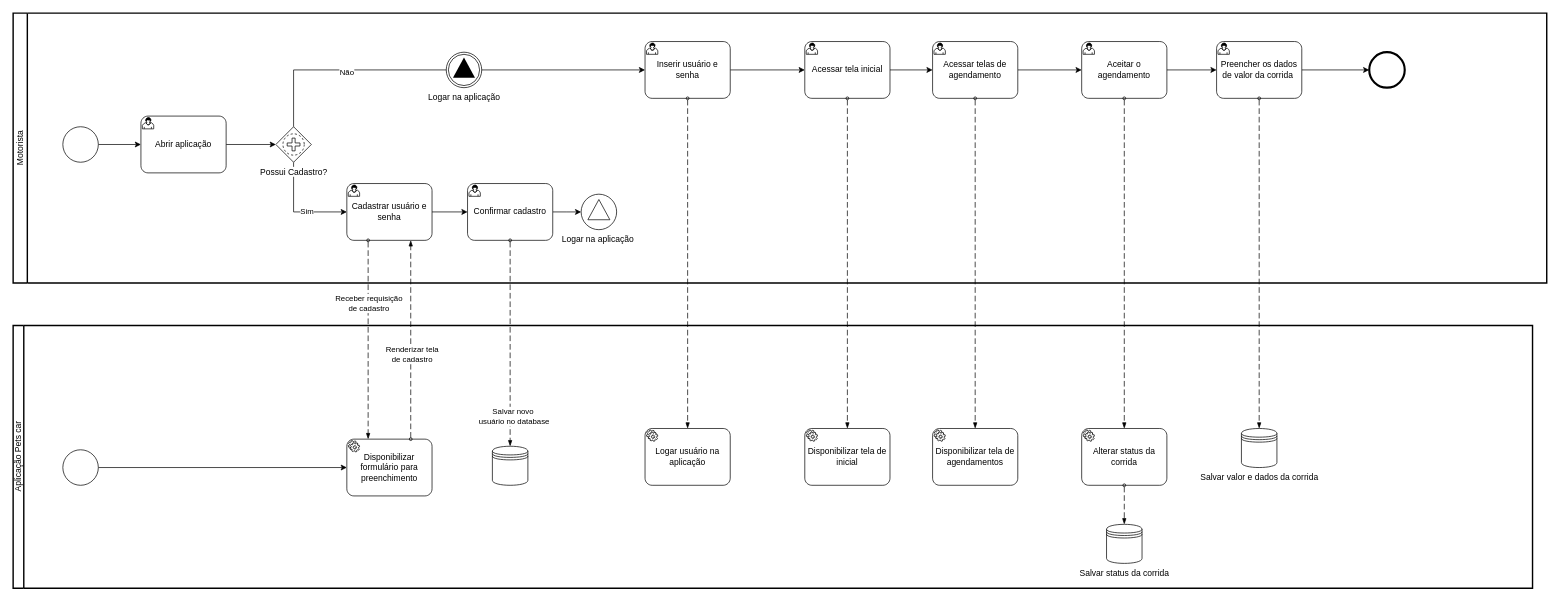
Before: page "Processo principal motorista" (1 of 8) of Untitled Diagram.drawio in ICEI-PUC-Minas-PMV-ADS/Pet-s-Car, a draw.io diagram. Source tidied: cells renumbered, new cells numbered last; positions are measured from the earlier drawing's top-left corner, leaving out a move shared by most shapes. Both pictures are drawn from the tidied source at 71%, with x=0, y=0 at pixel (13, 13).
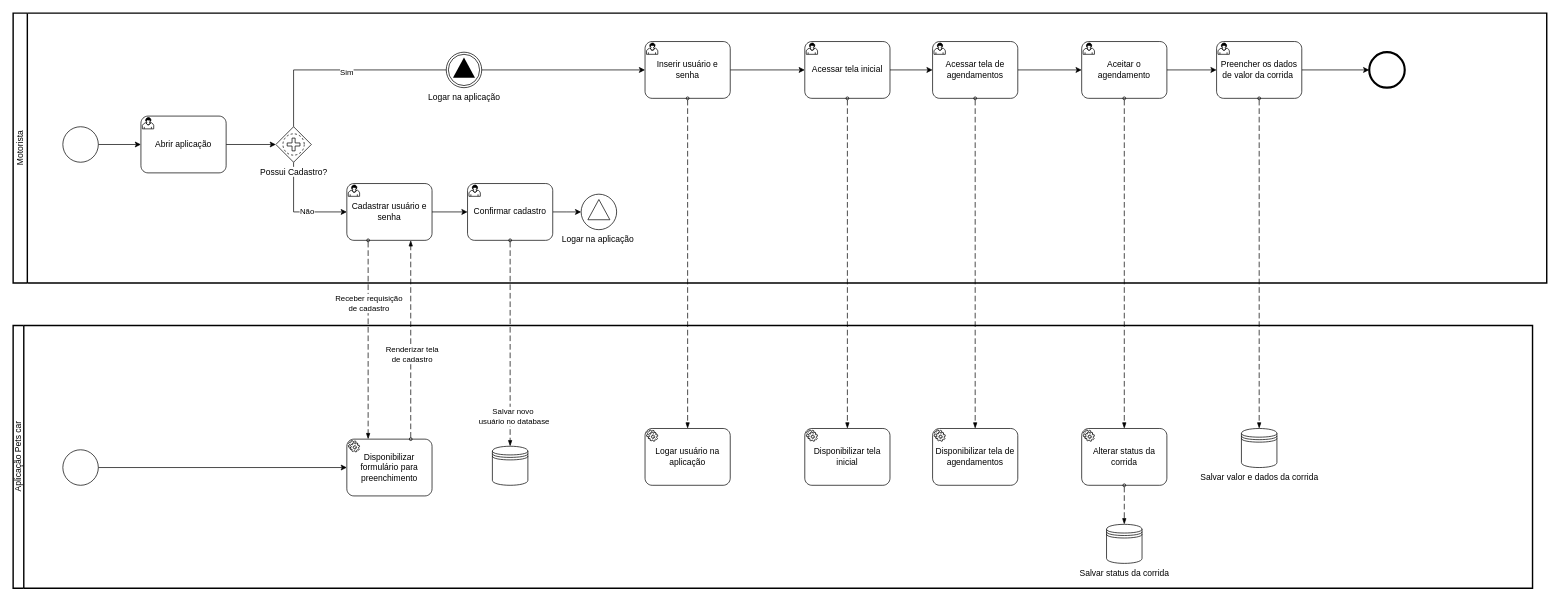
The same page after the edit.

Unchanged cells that the change refers to:
```xml
<mxCell id="2" value="Aplicação Pets car" style="swimlane;html=1;startSize=15;fontStyle=0;horizontal=0;swimlaneLine=1;swimlaneFillColor=#ffffff;strokeWidth=2;whiteSpace=wrap;" parent="1" vertex="1">
  <mxGeometry y="440" width="2140" height="370" as="geometry" />
</mxCell>
<mxCell id="14" value="Motorista" style="swimlane;html=1;startSize=20;fontStyle=0;horizontal=0;swimlaneLine=1;swimlaneFillColor=#ffffff;strokeWidth=2;whiteSpace=wrap;" parent="1" vertex="1">
  <mxGeometry width="2160" height="380" as="geometry" />
</mxCell>
<mxCell id="21" style="edgeStyle=orthogonalEdgeStyle;rounded=0;jettySize=auto;html=1;exitX=0.5;exitY=0;exitDx=0;exitDy=0;exitPerimeter=0;entryX=0;entryY=0.5;entryDx=0;entryDy=0;entryPerimeter=0;" parent="14" edge="1" source="25" target="20">
  <mxGeometry relative="1" as="geometry" />
</mxCell>
<mxCell id="23" style="edgeStyle=orthogonalEdgeStyle;rounded=0;jettySize=auto;html=1;exitX=0.5;exitY=1;exitDx=0;exitDy=0;exitPerimeter=0;entryX=0;entryY=0.5;entryDx=0;entryDy=0;entryPerimeter=0;" parent="14" edge="1" source="25" target="27">
  <mxGeometry relative="1" as="geometry" />
</mxCell>
```

What changed in the source:
```diff
@@
-    <mxCell id="8" value="Disponibilizar tela de inicial" style="points=[[0.25,0,0],[0.5,0,0],[0.75,0,0],[1,0.25,0],[1,0.5,0],[1,0.75,0],[0.75,1,0],[0.5,1,0],[0.25,1,0],[0,0.75,0],[0,0.5,0],[0,0.25,0]];shape=mxgraph.bpmn.task;whiteSpace=wrap;rectStyle=rounded;size=10;html=1;taskMarker=service;" parent="2" vertex="1">
+    <mxCell id="8" value="Disponibilizar tela inicial" style="points=[[0.25,0,0],[0.5,0,0],[0.75,0,0],[1,0.25,0],[1,0.5,0],[1,0.75,0],[0.75,1,0],[0.5,1,0],[0.25,1,0],[0,0.75,0],[0,0.5,0],[0,0.25,0]];shape=mxgraph.bpmn.task;whiteSpace=wrap;rectStyle=rounded;size=10;html=1;taskMarker=service;" parent="2" vertex="1">
       <mxGeometry x="1115" y="145" width="120" height="80" as="geometry" />
     </mxCell>
@@
-    <mxCell id="22" value="Não" style="edgeLabel;html=1;align=center;verticalAlign=middle;" parent="21" vertex="1">
+    <mxCell id="22" value="Sim" style="edgeLabel;html=1;align=center;verticalAlign=middle;" parent="21" vertex="1">
       <mxGeometry x="-0.33" y="-2" relative="1" as="geometry">
         <mxPoint x="-39" as="offset" />
       </mxGeometry>
     </mxCell>
@@
-    <mxCell id="24" value="Sim" style="edgeLabel;html=1;align=center;verticalAlign=middle;" parent="23" vertex="1">
+    <mxCell id="24" value="Não" style="edgeLabel;html=1;align=center;verticalAlign=middle;" parent="23" vertex="1">
       <mxGeometry x="0.22" y="1" relative="1" as="geometry" />
     </mxCell>
@@
-    <mxCell id="33" value="Acessar telas de agendamento" style="points=[[0.25,0,0],[0.5,0,0],[0.75,0,0],[1,0.25,0],[1,0.5,0],[1,0.75,0],[0.75,1,0],[0.5,1,0],[0.25,1,0],[0,0.75,0],[0,0.5,0],[0,0.25,0]];shape=mxgraph.bpmn.task;whiteSpace=wrap;rectStyle=rounded;size=10;html=1;taskMarker=user;" parent="14" vertex="1">
+    <mxCell id="33" value="Acessar tela de agendamentos" style="points=[[0.25,0,0],[0.5,0,0],[0.75,0,0],[1,0.25,0],[1,0.5,0],[1,0.75,0],[0.75,1,0],[0.5,1,0],[0.25,1,0],[0,0.75,0],[0,0.5,0],[0,0.25,0]];shape=mxgraph.bpmn.task;whiteSpace=wrap;rectStyle=rounded;size=10;html=1;taskMarker=user;" parent="14" vertex="1">
       <mxGeometry x="1295" y="40" width="120" height="80" as="geometry" />
     </mxCell>
```
